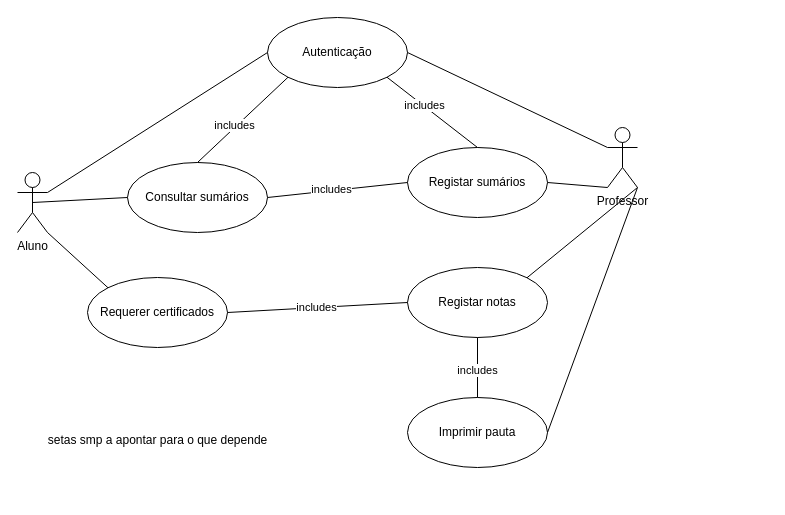
Before: page "Escola" (1 of 2) of Ficha3.drawio in danielarraiol02/tpsi-oop-2065422-25, a draw.io diagram. Source tidied: cells renumbered, new cells numbered last; positions are measured from the earlier drawing's top-left corner, leaving out a move shared by most shapes. Both pictures are drawn from the tidied source at 100%, with x=0, y=0 at pixel (17, 17).
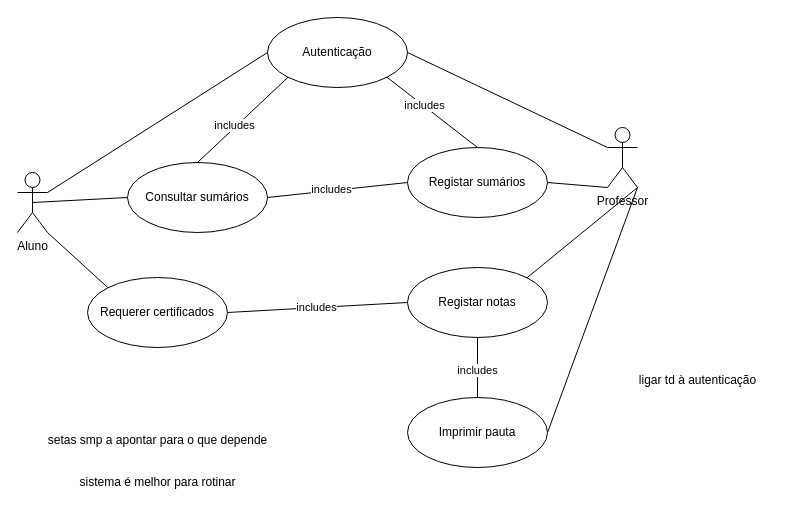
Above is the later version.

Change to the diagram source:
```diff
@@
+    <mxCell id="28" value="sistema é melhor para rotinar" style="text;html=1;align=center;verticalAlign=middle;strokeColor=none;fillColor=none;" parent="1" vertex="1">
+      <mxGeometry x="50" y="450" width="180" height="30" as="geometry" />
+    </mxCell>
+    <mxCell id="29" value="ligar td à autenticação" style="text;html=1;align=center;verticalAlign=middle;strokeColor=none;fillColor=none;" parent="1" vertex="1">
+      <mxGeometry x="610" y="348" width="140" height="30" as="geometry" />
+    </mxCell>
```
